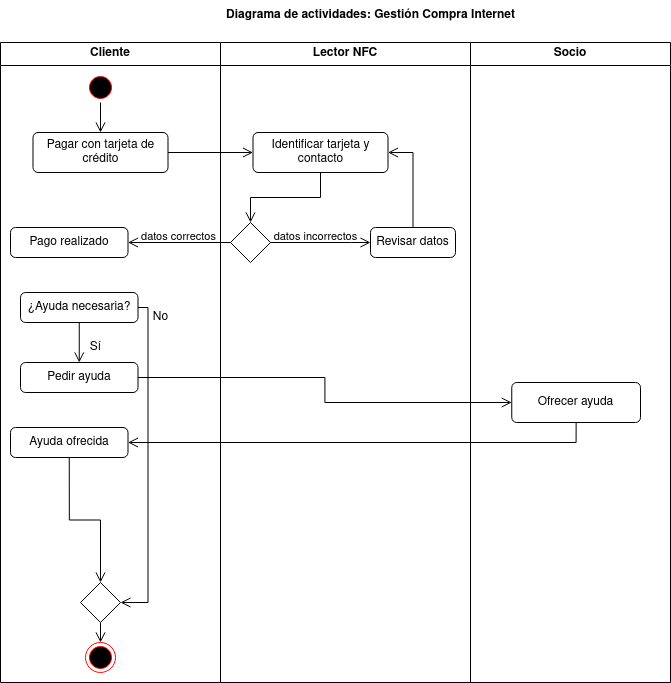
Earlier version of the draw.io export Diagramas/EXAMEN ETS DIAGRAMAS/Diagrama Actividades Gestión Compra Internet.drawio.png (RafaelMayor/ETS). Source tidied: cells renumbered, new cells last; positions are measured from the earlier drawing's top-left corner, leaving out a move shared by most shapes.
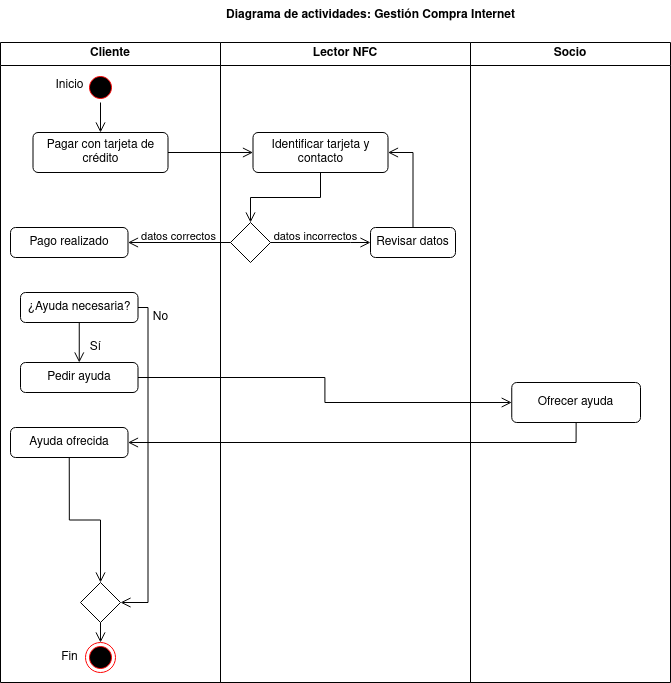
Above is the later version.

The edit, as a diff of the source:
```diff
@@ -53,6 +53,12 @@
     <mxCell id="18" style="edgeStyle=orthogonalEdgeStyle;html=1;verticalAlign=bottom;endArrow=open;endSize=8;strokeColor=#000000;rounded=0;entryX=0.5;entryY=0;entryDx=0;entryDy=0;exitX=0.5;exitY=1;exitDx=0;exitDy=0;" parent="2" edge="1" source="17" target="11">
       <mxGeometry relative="1" as="geometry" />
     </mxCell>
+    <mxCell id="34" value="Inicio" style="text;html=1;align=center;verticalAlign=middle;strokeColor=none;fillColor=none;" parent="2" vertex="1">
+      <mxGeometry x="43.8" y="28" width="50" height="30" as="geometry" />
+    </mxCell>
+    <mxCell id="35" value="Fin" style="text;html=1;align=center;verticalAlign=middle;strokeColor=none;fillColor=none;" parent="2" vertex="1">
+      <mxGeometry x="48.8" y="600" width="40" height="30" as="geometry" />
+    </mxCell>
     <mxCell id="19" value="Socio" style="swimlane;whiteSpace=wrap;html=1;" parent="1" vertex="1">
       <mxGeometry x="470" y="42" width="200" height="640" as="geometry" />
     </mxCell>
```
